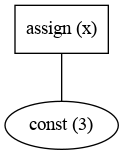
Above: tree.gv.png in zikaloai71/parser (Graphviz), before the change. Its source is kept beside it as tree.gv. The source it was exported from:
```dot
graph tree {
	ordering=out
	nodesep="0.5;"
	{
		rank=same
		0 [label="assign (x)" shape=rectangle]
	}
	{
		rank=same
		1 [label="const (3)" shape=""]
	}
	0 -- 1
}
```
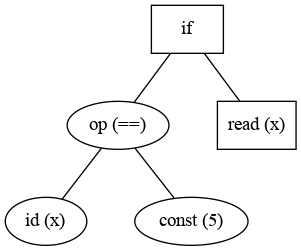
The same file after the commit.

The edit, as a diff of the source:
```diff
@@ -3,11 +3,20 @@
 	nodesep="0.5;"
 	{
 		rank=same
-		0 [label="assign (x)" shape=rectangle]
+		0 [label=if shape=rectangle]
 	}
 	{
 		rank=same
-		1 [label="const (3)" shape=""]
+		2 [label="op (==)" shape=""]
+		4 [label="read (x)" shape=rectangle]
 	}
-	0 -- 1
+	{
+		rank=same
+		1 [label="id (x)" shape=""]
+		3 [label="const (5)" shape=""]
+	}
+	2 -- 1
+	0 -- 2
+	2 -- 3
+	0 -- 4
 }
```
